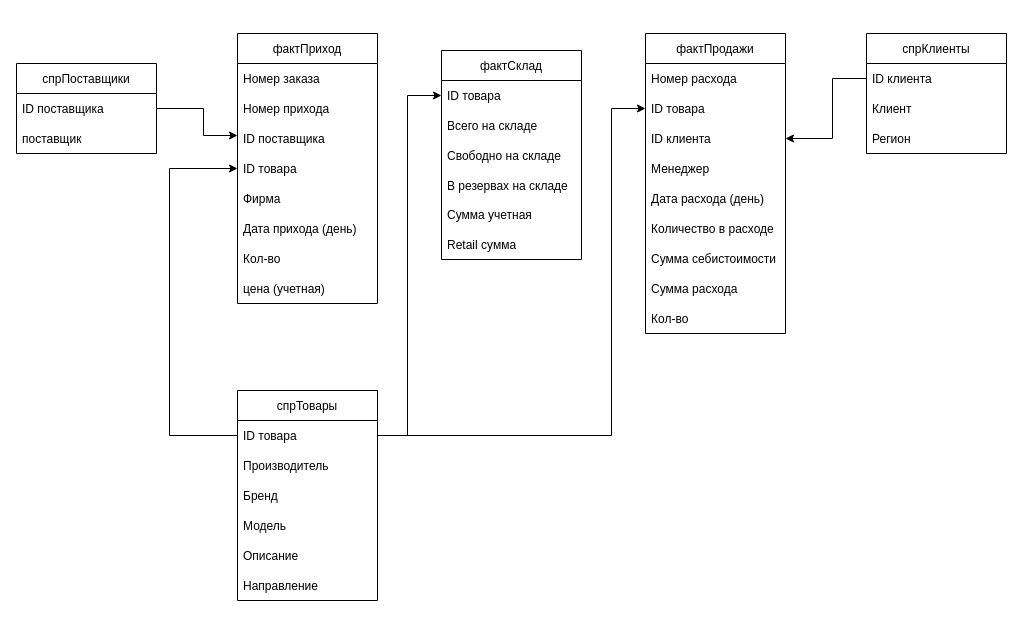
valeraleraleb/IBA-2022 keeps this draw.io diagram as Data model.drawio. Above is the earlier version. Source tidied: cells renumbered, new cells numbered last; positions are measured from the earlier drawing's top-left corner, leaving out a move shared by most shapes. Both pictures are drawn from the tidied source at 100%, with x=0, y=0 at pixel (16, 33).
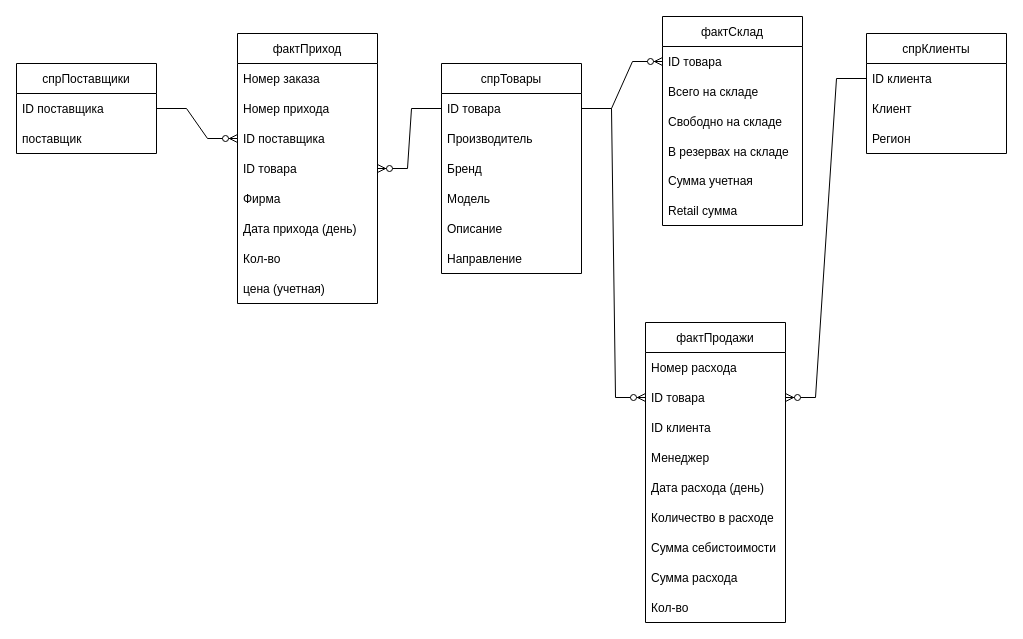
The same page after the edit.

The change refers to these unchanged cells:
```xml
<mxCell id="5" value="ID поставщика" style="text;strokeColor=none;fillColor=none;align=left;verticalAlign=middle;spacingLeft=4;spacingRight=4;overflow=hidden;points=[[0,0.5],[1,0.5]];portConstraint=eastwest;" parent="2" vertex="1">
  <mxGeometry y="90" width="140" height="30" as="geometry" />
</mxCell>
<mxCell id="6" value="ID товара" style="text;strokeColor=none;fillColor=none;align=left;verticalAlign=middle;spacingLeft=4;spacingRight=4;overflow=hidden;points=[[0,0.5],[1,0.5]];portConstraint=eastwest;" parent="2" vertex="1">
  <mxGeometry y="120" width="140" height="30" as="geometry" />
</mxCell>
<mxCell id="12" value="ID товара" style="text;strokeColor=none;fillColor=none;align=left;verticalAlign=middle;spacingLeft=4;spacingRight=4;overflow=hidden;points=[[0,0.5],[1,0.5]];portConstraint=eastwest;" parent="11" vertex="1">
  <mxGeometry y="30" width="140" height="30" as="geometry" />
</mxCell>
<mxCell id="20" value="ID товара" style="text;strokeColor=none;fillColor=none;align=left;verticalAlign=middle;spacingLeft=4;spacingRight=4;overflow=hidden;points=[[0,0.5],[1,0.5]];portConstraint=eastwest;" parent="18" vertex="1">
  <mxGeometry y="60" width="140" height="30" as="geometry" />
</mxCell>
<mxCell id="21" value="ID клиента" style="text;strokeColor=none;fillColor=none;align=left;verticalAlign=middle;spacingLeft=4;spacingRight=4;overflow=hidden;points=[[0,0.5],[1,0.5]];portConstraint=eastwest;" parent="18" vertex="1">
  <mxGeometry y="90" width="140" height="30" as="geometry" />
</mxCell>
<mxCell id="30" value="ID товара" style="text;strokeColor=none;fillColor=none;align=left;verticalAlign=middle;spacingLeft=4;spacingRight=4;overflow=hidden;points=[[0,0.5],[1,0.5]];portConstraint=eastwest;" parent="29" vertex="1">
  <mxGeometry y="30" width="140" height="30" as="geometry" />
</mxCell>
<mxCell id="37" value="ID поставщика" style="text;strokeColor=none;fillColor=none;align=left;verticalAlign=middle;spacingLeft=4;spacingRight=4;overflow=hidden;points=[[0,0.5],[1,0.5]];portConstraint=eastwest;" parent="36" vertex="1">
  <mxGeometry y="30" width="140" height="30" as="geometry" />
</mxCell>
<mxCell id="40" value="ID клиента" style="text;strokeColor=none;fillColor=none;align=left;verticalAlign=middle;spacingLeft=4;spacingRight=4;overflow=hidden;points=[[0,0.5],[1,0.5]];portConstraint=eastwest;" parent="39" vertex="1">
  <mxGeometry y="30" width="140" height="30" as="geometry" />
</mxCell>
```

Diff of the diagram source:
```diff
@@
     <mxCell id="11" value="фактСклад" style="swimlane;fontStyle=0;horizontal=1;startSize=30;" parent="1" vertex="1">
-      <mxGeometry x="425" y="17" width="140" height="209" as="geometry" />
+      <mxGeometry x="646" y="-17" width="140" height="209" as="geometry" />
     </mxCell>
@@
     <mxCell id="18" value="фактПродажи" style="swimlane;fontStyle=0;horizontal=1;startSize=30;" parent="1" vertex="1">
-      <mxGeometry x="629" width="140" height="300" as="geometry" />
+      <mxGeometry x="629" y="289" width="140" height="300" as="geometry" />
     </mxCell>
@@
-    <mxCell id="28" style="edgeStyle=orthogonalEdgeStyle;rounded=0;jettySize=auto;html=1;entryX=0;entryY=0.5;entryDx=0;entryDy=0;exitX=0;exitY=0.5;exitDx=0;exitDy=0;" parent="1" edge="1" source="30" target="6">
-      <mxGeometry relative="1" as="geometry">
-        <Array as="points">
-          <mxPoint x="153" y="402" />
-          <mxPoint x="153" y="135" />
-        </Array>
-      </mxGeometry>
-    </mxCell>
     <mxCell id="29" value="спрТовары" style="swimlane;fontStyle=0;horizontal=1;startSize=30;" parent="1" vertex="1">
-      <mxGeometry x="221" y="357" width="140" height="210" as="geometry" />
+      <mxGeometry x="425" y="30" width="140" height="210" as="geometry" />
     </mxCell>
@@
+    <mxCell id="47" style="edgeStyle=entityRelationEdgeStyle;fontSize=12;html=1;endArrow=ERzeroToMany;endFill=1;rounded=0;exitX=1;exitY=0.5;exitDx=0;exitDy=0;entryX=0;entryY=0.5;entryDx=0;entryDy=0;" parent="1" edge="1" source="37" target="5">
+      <mxGeometry relative="1" as="geometry" />
+    </mxCell>
+    <mxCell id="45" style="edgeStyle=entityRelationEdgeStyle;fontSize=12;html=1;endArrow=ERzeroToMany;endFill=1;rounded=0;exitX=1;exitY=0.5;exitDx=0;exitDy=0;" parent="1" edge="1" source="30" target="20">
+      <mxGeometry relative="1" as="geometry" />
+    </mxCell>
-    <mxCell id="43" style="edgeStyle=orthogonalEdgeStyle;rounded=0;jettySize=auto;html=1;entryX=0;entryY=0.5;entryDx=0;entryDy=0;exitX=1;exitY=0.5;exitDx=0;exitDy=0;" parent="1" edge="1" source="30" target="12">
-      <mxGeometry relative="1" as="geometry">
-        <Array as="points">
-          <mxPoint x="391" y="402" />
-          <mxPoint x="391" y="62" />
-        </Array>
-      </mxGeometry>
+    <mxCell id="43" style="edgeStyle=entityRelationEdgeStyle;fontSize=12;html=1;endArrow=ERzeroToMany;endFill=1;rounded=0;exitX=1;exitY=0.5;exitDx=0;exitDy=0;entryX=0;entryY=0.5;entryDx=0;entryDy=0;" parent="1" edge="1" source="30" target="12">
+      <mxGeometry relative="1" as="geometry" />
     </mxCell>
-    <mxCell id="44" style="edgeStyle=orthogonalEdgeStyle;rounded=0;jettySize=auto;html=1;exitX=0;exitY=0.5;exitDx=0;exitDy=0;entryX=1;entryY=0.5;entryDx=0;entryDy=0;" parent="1" edge="1" source="40" target="21">
-      <mxGeometry relative="1" as="geometry">
-        <Array as="points">
-          <mxPoint x="816" y="45" />
-          <mxPoint x="816" y="105" />
-        </Array>
-      </mxGeometry>
-    </mxCell>
-    <mxCell id="45" style="edgeStyle=orthogonalEdgeStyle;rounded=0;jettySize=auto;html=1;entryX=0;entryY=0.5;entryDx=0;entryDy=0;exitX=1;exitY=0.5;exitDx=0;exitDy=0;" parent="1" edge="1" source="30" target="20">
-      <mxGeometry relative="1" as="geometry">
-        <Array as="points">
-          <mxPoint x="595" y="402" />
-          <mxPoint x="595" y="75" />
-        </Array>
-      </mxGeometry>
-    </mxCell>
-    <mxCell id="46" style="edgeStyle=orthogonalEdgeStyle;rounded=0;jettySize=auto;html=1;exitX=1;exitY=0.5;exitDx=0;exitDy=0;" parent="1" edge="1" source="37">
-      <mxGeometry relative="1" as="geometry">
-        <mxPoint x="221" y="102" as="targetPoint" />
-        <Array as="points">
-          <mxPoint x="187" y="75" />
-          <mxPoint x="187" y="102" />
-        </Array>
-      </mxGeometry>
-    </mxCell>
+    <mxCell id="48" style="edgeStyle=entityRelationEdgeStyle;fontSize=12;html=1;endArrow=ERzeroToMany;endFill=1;rounded=0;exitX=0;exitY=0.5;exitDx=0;exitDy=0;entryX=1;entryY=0.5;entryDx=0;entryDy=0;" parent="1" edge="1" source="40" target="20">
+      <mxGeometry relative="1" as="geometry" />
+    </mxCell>
+    <mxCell id="28" style="edgeStyle=entityRelationEdgeStyle;fontSize=12;html=1;endArrow=ERzeroToMany;endFill=1;rounded=0;exitX=0;exitY=0.5;exitDx=0;exitDy=0;entryX=1;entryY=0.5;entryDx=0;entryDy=0;" parent="1" edge="1" source="30" target="6">
+      <mxGeometry relative="1" as="geometry" />
+    </mxCell>
```
